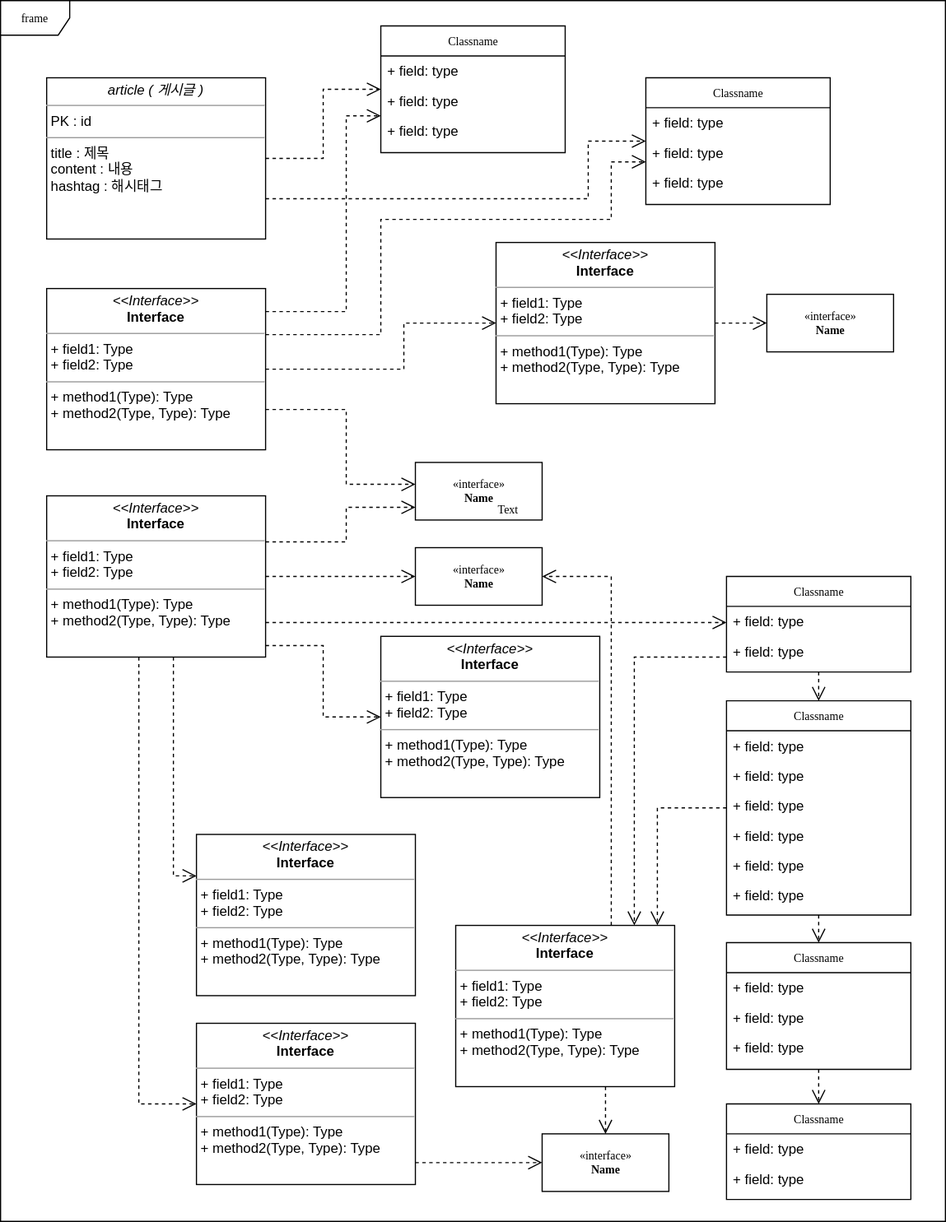
Before: document/erd.drawio.svg, a diagram exported from draw.io (momo0503/board-toyproject). Source tidied: cells renumbered, new cells last; positions are measured from the earlier drawing's top-left corner, leaving out a move shared by most shapes.
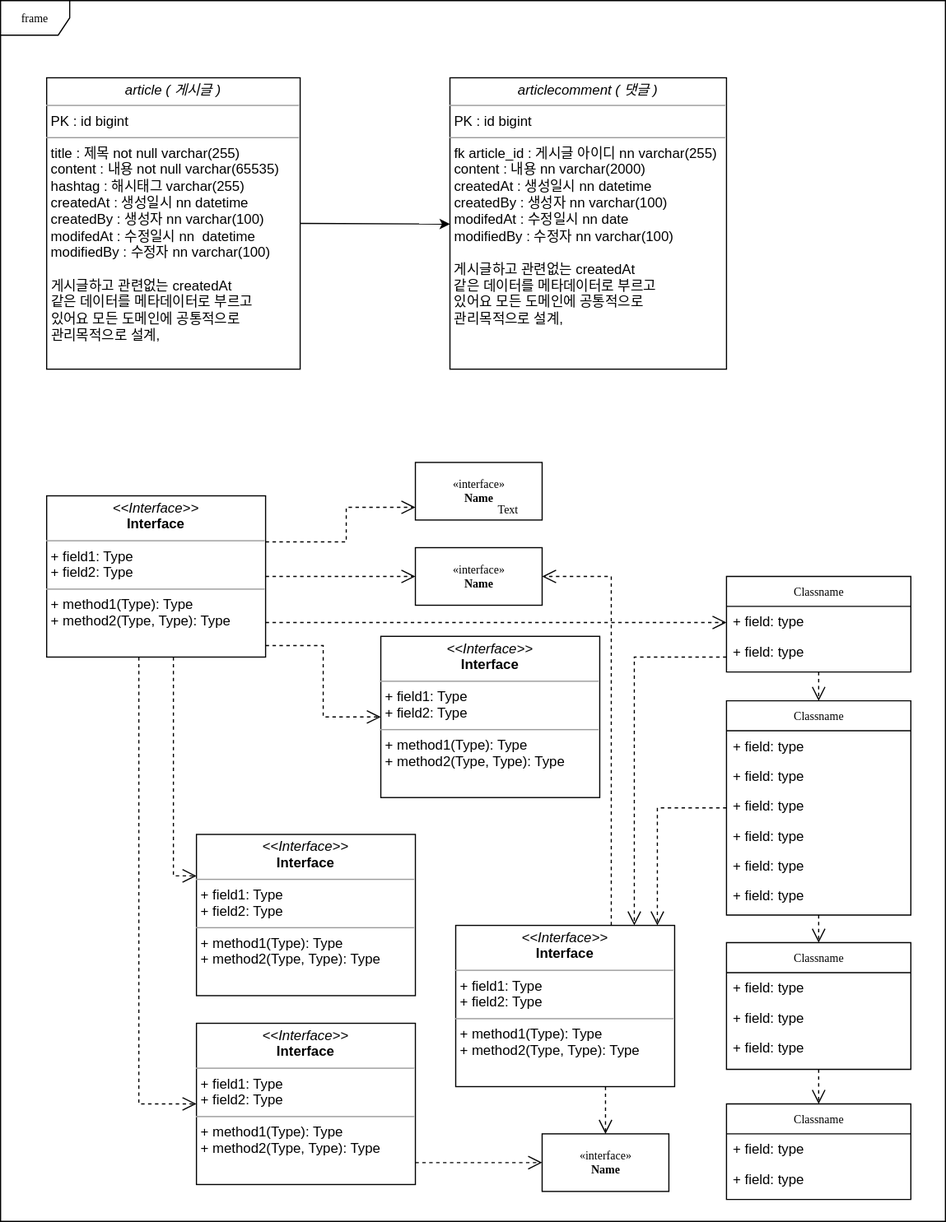
Later version of the same file.

Change to the diagram source:
```diff
@@ -36,30 +36,6 @@
     <mxCell id="11" value="+ field: type" style="text;html=1;strokeColor=none;fillColor=none;align=left;verticalAlign=top;spacingLeft=4;spacingRight=4;whiteSpace=wrap;overflow=hidden;" parent="5" vertex="1">
       <mxGeometry y="156" width="160" height="26" as="geometry" />
     </mxCell>
-    <mxCell id="12" value="Classname" style="swimlane;html=1;fontStyle=0;horizontal=1;startSize=26;fillColor=none;swimlaneFillColor=#ffffff;rounded=0;shadow=0;comic=0;labelBackgroundColor=none;strokeWidth=1;fontFamily=Verdana;fontSize=10;align=center;" parent="1" vertex="1">
-      <mxGeometry x="330" y="22" width="160" height="110" as="geometry" />
-    </mxCell>
-    <mxCell id="13" value="+ field: type" style="text;html=1;strokeColor=none;fillColor=none;align=left;verticalAlign=top;spacingLeft=4;spacingRight=4;whiteSpace=wrap;overflow=hidden;" parent="12" vertex="1">
-      <mxGeometry y="26" width="160" height="26" as="geometry" />
-    </mxCell>
-    <mxCell id="14" value="+ field: type" style="text;html=1;strokeColor=none;fillColor=none;align=left;verticalAlign=top;spacingLeft=4;spacingRight=4;whiteSpace=wrap;overflow=hidden;" parent="12" vertex="1">
-      <mxGeometry y="52" width="160" height="26" as="geometry" />
-    </mxCell>
-    <mxCell id="15" value="+ field: type" style="text;html=1;strokeColor=none;fillColor=none;align=left;verticalAlign=top;spacingLeft=4;spacingRight=4;whiteSpace=wrap;overflow=hidden;" parent="12" vertex="1">
-      <mxGeometry y="78" width="160" height="26" as="geometry" />
-    </mxCell>
-    <mxCell id="16" value="Classname" style="swimlane;html=1;fontStyle=0;horizontal=1;startSize=26;fillColor=none;swimlaneFillColor=#ffffff;rounded=0;shadow=0;comic=0;labelBackgroundColor=none;strokeWidth=1;fontFamily=Verdana;fontSize=10;align=center;" parent="1" vertex="1">
-      <mxGeometry x="560" y="67" width="160" height="110" as="geometry" />
-    </mxCell>
-    <mxCell id="17" value="+ field: type" style="text;html=1;strokeColor=none;fillColor=none;align=left;verticalAlign=top;spacingLeft=4;spacingRight=4;whiteSpace=wrap;overflow=hidden;" parent="16" vertex="1">
-      <mxGeometry y="26" width="160" height="26" as="geometry" />
-    </mxCell>
-    <mxCell id="18" value="+ field: type" style="text;html=1;strokeColor=none;fillColor=none;align=left;verticalAlign=top;spacingLeft=4;spacingRight=4;whiteSpace=wrap;overflow=hidden;" parent="16" vertex="1">
-      <mxGeometry y="52" width="160" height="26" as="geometry" />
-    </mxCell>
-    <mxCell id="19" value="+ field: type" style="text;html=1;strokeColor=none;fillColor=none;align=left;verticalAlign=top;spacingLeft=4;spacingRight=4;whiteSpace=wrap;overflow=hidden;" parent="16" vertex="1">
-      <mxGeometry y="78" width="160" height="26" as="geometry" />
-    </mxCell>
     <mxCell id="20" value="Classname" style="swimlane;html=1;fontStyle=0;horizontal=1;startSize=26;fillColor=none;swimlaneFillColor=#ffffff;rounded=0;shadow=0;comic=0;labelBackgroundColor=none;strokeWidth=1;fontFamily=Verdana;fontSize=10;align=center;" parent="1" vertex="1">
       <mxGeometry x="630" y="958" width="160" height="83" as="geometry" />
     </mxCell>
@@ -140,69 +116,15 @@
     <mxCell id="41" value="&amp;laquo;interface&amp;raquo;&lt;br&gt;&lt;b&gt;Name&lt;/b&gt;" style="html=1;rounded=0;shadow=0;comic=0;labelBackgroundColor=none;strokeWidth=1;fontFamily=Verdana;fontSize=10;align=center;" parent="1" vertex="1">
       <mxGeometry x="360" y="401" width="110" height="50" as="geometry" />
     </mxCell>
-    <mxCell id="42" style="edgeStyle=orthogonalEdgeStyle;rounded=0;html=1;dashed=1;labelBackgroundColor=none;startFill=0;endArrow=open;endFill=0;endSize=10;fontFamily=Verdana;fontSize=10;" parent="1" edge="1" source="43" target="45">
-      <mxGeometry relative="1" as="geometry" />
-    </mxCell>
-    <mxCell id="43" value="&lt;p style=&quot;margin:0px;margin-top:4px;text-align:center;&quot;&gt;&lt;i&gt;&amp;lt;&amp;lt;Interface&amp;gt;&amp;gt;&lt;/i&gt;&lt;br/&gt;&lt;b&gt;Interface&lt;/b&gt;&lt;/p&gt;&lt;hr size=&quot;1&quot;/&gt;&lt;p style=&quot;margin:0px;margin-left:4px;&quot;&gt;+ field1: Type&lt;br/&gt;+ field2: Type&lt;/p&gt;&lt;hr size=&quot;1&quot;/&gt;&lt;p style=&quot;margin:0px;margin-left:4px;&quot;&gt;+ method1(Type): Type&lt;br/&gt;+ method2(Type, Type): Type&lt;/p&gt;" style="verticalAlign=top;align=left;overflow=fill;fontSize=12;fontFamily=Helvetica;html=1;rounded=0;shadow=0;comic=0;labelBackgroundColor=none;strokeWidth=1;" parent="1" vertex="1">
-      <mxGeometry x="430" y="210" width="190" height="140" as="geometry" />
-    </mxCell>
     <mxCell id="44" value="Text" style="text;html=1;align=left;verticalAlign=top;spacingTop=-4;fontSize=10;fontFamily=Verdana;fontColor=#000000;" parent="1" vertex="1">
       <mxGeometry x="430" y="434" width="40" height="10" as="geometry" />
     </mxCell>
-    <mxCell id="45" value="&amp;laquo;interface&amp;raquo;&lt;br&gt;&lt;b&gt;Name&lt;/b&gt;" style="html=1;rounded=0;shadow=0;comic=0;labelBackgroundColor=none;strokeWidth=1;fontFamily=Verdana;fontSize=10;align=center;" parent="1" vertex="1">
-      <mxGeometry x="665" y="255" width="110" height="50" as="geometry" />
-    </mxCell>
-    <mxCell id="46" style="edgeStyle=orthogonalEdgeStyle;rounded=0;html=1;labelBackgroundColor=none;startFill=0;endArrow=open;endFill=0;endSize=10;fontFamily=Verdana;fontSize=10;dashed=1;" parent="1" edge="1" source="48" target="12">
-      <mxGeometry relative="1" as="geometry" />
-    </mxCell>
-    <mxCell id="47" style="edgeStyle=orthogonalEdgeStyle;rounded=0;html=1;exitX=1;exitY=0.75;dashed=1;labelBackgroundColor=none;startFill=0;endArrow=open;endFill=0;endSize=10;fontFamily=Verdana;fontSize=10;" parent="1" edge="1" source="48" target="16">
-      <mxGeometry relative="1" as="geometry">
-        <Array as="points">
-          <mxPoint x="510" y="172" />
-          <mxPoint x="510" y="122" />
-        </Array>
-      </mxGeometry>
-    </mxCell>
+    <mxCell id="62" style="edgeStyle=elbowEdgeStyle;rounded=0;jettySize=auto;html=1;exitX=1;exitY=0.5;exitDx=0;exitDy=0;elbow=vertical;" parent="1" edge="1" source="48" target="63">
+      <mxGeometry relative="1" as="geometry" />
+    </mxCell>
-    <mxCell id="48" value="&lt;p style=&quot;margin:0px;margin-top:4px;text-align:center;&quot;&gt;&lt;i&gt;article ( 게시글 )&lt;/i&gt;&lt;/p&gt;&lt;hr size=&quot;1&quot;&gt;&lt;p style=&quot;margin:0px;margin-left:4px;&quot;&gt;PK : id&lt;/p&gt;&lt;hr size=&quot;1&quot;&gt;&lt;p style=&quot;margin:0px;margin-left:4px;&quot;&gt;title : 제목&lt;span style=&quot;background-color: initial;&quot;&gt;&amp;nbsp;&lt;/span&gt;&lt;/p&gt;&lt;p style=&quot;margin:0px;margin-left:4px;&quot;&gt;content : 내용&lt;/p&gt;&lt;p style=&quot;margin:0px;margin-left:4px;&quot;&gt;hashtag : 해시태그&lt;/p&gt;" style="verticalAlign=top;align=left;overflow=fill;fontSize=12;fontFamily=Helvetica;html=1;rounded=0;shadow=0;comic=0;labelBackgroundColor=none;strokeWidth=1;" parent="1" vertex="1">
-      <mxGeometry x="40" y="67" width="190" height="140" as="geometry" />
+    <mxCell id="48" value="&lt;p style=&quot;margin:0px;margin-top:4px;text-align:center;&quot;&gt;&lt;i&gt;article ( 게시글 )&lt;/i&gt;&lt;/p&gt;&lt;hr size=&quot;1&quot;&gt;&lt;p style=&quot;margin:0px;margin-left:4px;&quot;&gt;PK : id bigint&lt;/p&gt;&lt;hr size=&quot;1&quot;&gt;&lt;p style=&quot;margin:0px;margin-left:4px;&quot;&gt;title : 제목&lt;span style=&quot;background-color: initial;&quot;&gt;&amp;nbsp;not null varchar(255)&lt;/span&gt;&lt;/p&gt;&lt;p style=&quot;margin:0px;margin-left:4px;&quot;&gt;content : 내용 not null varchar(65535)&lt;/p&gt;&lt;p style=&quot;margin:0px;margin-left:4px;&quot;&gt;hashtag : 해시태그 varchar(255)&lt;/p&gt;&lt;p style=&quot;margin:0px;margin-left:4px;&quot;&gt;createdAt : 생성일시 nn datetime&lt;/p&gt;&lt;p style=&quot;margin:0px;margin-left:4px;&quot;&gt;createdBy : 생성자 nn varchar(100)&lt;/p&gt;&lt;p style=&quot;margin:0px;margin-left:4px;&quot;&gt;modifedAt : 수정일시 nn&amp;nbsp; datetime&lt;/p&gt;&lt;p style=&quot;margin:0px;margin-left:4px;&quot;&gt;modifiedBy : 수정자 nn varchar(100)&lt;/p&gt;&lt;p style=&quot;margin:0px;margin-left:4px;&quot;&gt;&lt;br&gt;&lt;/p&gt;&lt;p style=&quot;margin:0px;margin-left:4px;&quot;&gt;게시글하고 관련없는 createdAt&lt;/p&gt;&lt;p style=&quot;margin:0px;margin-left:4px;&quot;&gt;같은 데이터를 메타데이터로 부르고&lt;/p&gt;&lt;p style=&quot;margin:0px;margin-left:4px;&quot;&gt;있어요 모든 도메인에 공통적으로&lt;/p&gt;&lt;p style=&quot;margin:0px;margin-left:4px;&quot;&gt;관리목적으로 설계,&amp;nbsp;&lt;/p&gt;" style="verticalAlign=top;align=left;overflow=fill;fontSize=12;fontFamily=Helvetica;html=1;rounded=0;shadow=0;comic=0;labelBackgroundColor=none;strokeWidth=1;" parent="1" vertex="1">
+      <mxGeometry x="40" y="67" width="220" height="253" as="geometry" />
     </mxCell>
-    <mxCell id="49" style="edgeStyle=orthogonalEdgeStyle;rounded=0;html=1;dashed=1;labelBackgroundColor=none;startFill=0;endArrow=open;endFill=0;endSize=10;fontFamily=Verdana;fontSize=10;" parent="1" edge="1" source="53" target="12">
-      <mxGeometry relative="1" as="geometry">
-        <Array as="points">
-          <mxPoint x="300" y="270" />
-          <mxPoint x="300" y="100" />
-        </Array>
-      </mxGeometry>
-    </mxCell>
-    <mxCell id="50" style="edgeStyle=orthogonalEdgeStyle;rounded=0;html=1;dashed=1;labelBackgroundColor=none;startFill=0;endArrow=open;endFill=0;endSize=10;fontFamily=Verdana;fontSize=10;" parent="1" edge="1" source="53" target="16">
-      <mxGeometry relative="1" as="geometry">
-        <Array as="points">
-          <mxPoint x="330" y="290" />
-          <mxPoint x="330" y="190" />
-          <mxPoint x="530" y="190" />
-          <mxPoint x="530" y="140" />
-        </Array>
-      </mxGeometry>
-    </mxCell>
-    <mxCell id="51" style="edgeStyle=orthogonalEdgeStyle;rounded=0;html=1;dashed=1;labelBackgroundColor=none;startFill=0;endArrow=open;endFill=0;endSize=10;fontFamily=Verdana;fontSize=10;" parent="1" edge="1" source="53" target="43">
-      <mxGeometry relative="1" as="geometry">
-        <Array as="points">
-          <mxPoint x="350" y="320" />
-          <mxPoint x="350" y="280" />
-        </Array>
-      </mxGeometry>
-    </mxCell>
-    <mxCell id="52" style="edgeStyle=orthogonalEdgeStyle;rounded=0;html=1;exitX=1;exitY=0.75;dashed=1;labelBackgroundColor=none;startFill=0;endArrow=open;endFill=0;endSize=10;fontFamily=Verdana;fontSize=10;" parent="1" edge="1" source="53" target="41">
-      <mxGeometry relative="1" as="geometry">
-        <Array as="points">
-          <mxPoint x="300" y="355" />
-          <mxPoint x="300" y="420" />
-        </Array>
-      </mxGeometry>
-    </mxCell>
-    <mxCell id="53" value="&lt;p style=&quot;margin:0px;margin-top:4px;text-align:center;&quot;&gt;&lt;i&gt;&amp;lt;&amp;lt;Interface&amp;gt;&amp;gt;&lt;/i&gt;&lt;br/&gt;&lt;b&gt;Interface&lt;/b&gt;&lt;/p&gt;&lt;hr size=&quot;1&quot;/&gt;&lt;p style=&quot;margin:0px;margin-left:4px;&quot;&gt;+ field1: Type&lt;br/&gt;+ field2: Type&lt;/p&gt;&lt;hr size=&quot;1&quot;/&gt;&lt;p style=&quot;margin:0px;margin-left:4px;&quot;&gt;+ method1(Type): Type&lt;br/&gt;+ method2(Type, Type): Type&lt;/p&gt;" style="verticalAlign=top;align=left;overflow=fill;fontSize=12;fontFamily=Helvetica;html=1;rounded=0;shadow=0;comic=0;labelBackgroundColor=none;strokeWidth=1;" parent="1" vertex="1">
-      <mxGeometry x="40" y="250" width="190" height="140" as="geometry" />
-    </mxCell>
     <mxCell id="54" style="edgeStyle=orthogonalEdgeStyle;rounded=0;html=1;dashed=1;labelBackgroundColor=none;startFill=0;endArrow=open;endFill=0;endSize=10;fontFamily=Verdana;fontSize=10;" parent="1" edge="1" source="60" target="41">
       <mxGeometry relative="1" as="geometry">
         <Array as="points">
@@ -254,5 +176,8 @@
         </Array>
       </mxGeometry>
     </mxCell>
+    <mxCell id="63" value="&lt;p style=&quot;margin:0px;margin-top:4px;text-align:center;&quot;&gt;&lt;i&gt;articlecomment ( 댓글 )&lt;/i&gt;&lt;/p&gt;&lt;hr size=&quot;1&quot;&gt;&lt;p style=&quot;margin:0px;margin-left:4px;&quot;&gt;PK : id bigint&lt;/p&gt;&lt;hr size=&quot;1&quot;&gt;&lt;p style=&quot;margin:0px;margin-left:4px;&quot;&gt;fk article_id : 게시글 아이디&lt;span style=&quot;background-color: initial;&quot;&gt;&amp;nbsp;nn varchar(255)&lt;/span&gt;&lt;/p&gt;&lt;p style=&quot;margin:0px;margin-left:4px;&quot;&gt;content : 내용 nn varchar(2000)&lt;/p&gt;&lt;p style=&quot;margin:0px;margin-left:4px;&quot;&gt;createdAt : 생성일시 nn datetime&lt;/p&gt;&lt;p style=&quot;margin:0px;margin-left:4px;&quot;&gt;createdBy : 생성자 nn varchar(100)&lt;/p&gt;&lt;p style=&quot;margin:0px;margin-left:4px;&quot;&gt;modifedAt : 수정일시 nn date&lt;/p&gt;&lt;p style=&quot;margin:0px;margin-left:4px;&quot;&gt;modifiedBy : 수정자 nn varchar(100)&lt;/p&gt;&lt;p style=&quot;margin:0px;margin-left:4px;&quot;&gt;&lt;br&gt;&lt;/p&gt;&lt;p style=&quot;margin:0px;margin-left:4px;&quot;&gt;게시글하고 관련없는 createdAt&lt;/p&gt;&lt;p style=&quot;margin:0px;margin-left:4px;&quot;&gt;같은 데이터를 메타데이터로 부르고&lt;/p&gt;&lt;p style=&quot;margin:0px;margin-left:4px;&quot;&gt;있어요 모든 도메인에 공통적으로&lt;/p&gt;&lt;p style=&quot;margin:0px;margin-left:4px;&quot;&gt;관리목적으로 설계,&amp;nbsp;&lt;/p&gt;" style="verticalAlign=top;align=left;overflow=fill;fontSize=12;fontFamily=Helvetica;html=1;rounded=0;shadow=0;comic=0;labelBackgroundColor=none;strokeWidth=1;" parent="1" vertex="1">
+      <mxGeometry x="390" y="67" width="240" height="253" as="geometry" />
+    </mxCell>
   </root>
 </mxGraphModel>
```
